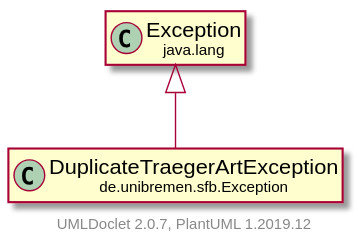
Above: doc/UML/modulsichtSVG/DuplicateTraegerArtException.svg in fkehlenb/softwareprojekt-2 (PlantUML), before the change. Source of this version:
```plantuml
@startuml
    set namespaceSeparator none
    hide empty fields
    hide empty methods

    class "<size:14>DuplicateTraegerArtException\n<size:10>de.unibremen.sfb.Exception" as de.unibremen.sfb.Exception.DuplicateTraegerArtException [[DuplicateTraegerArtException.html]]

    class "<size:14>Exception\n<size:10>java.lang" as java.lang.Exception [[https://docs.oracle.com/en/java/javase/11/docs/api/java.base/java/lang/Exception.html?is-external=true]]

    java.lang.Exception <|-- de.unibremen.sfb.Exception.DuplicateTraegerArtException

    center footer UMLDoclet 2.0.7, PlantUML 1.2019.12
@enduml
```
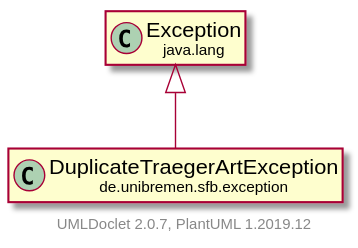
The same diagram one commit later.

Change to the diagram source:
```diff
@@ -3,11 +3,11 @@
     hide empty fields
     hide empty methods
 
-    class "<size:14>DuplicateTraegerArtException\n<size:10>de.unibremen.sfb.Exception" as de.unibremen.sfb.Exception.DuplicateTraegerArtException [[DuplicateTraegerArtException.html]]
+    class "<size:14>DuplicateTraegerArtException\n<size:10>de.unibremen.sfb.exception" as de.unibremen.sfb.exception.DuplicateTraegerArtException [[DuplicateTraegerArtException.html]]
 
-    class "<size:14>Exception\n<size:10>java.lang" as java.lang.Exception [[https://docs.oracle.com/en/java/javase/11/docs/api/java.base/java/lang/Exception.html?is-external=true]]
+    class "<size:14>exception\n<size:10>java.lang" as java.lang.exception [[https://docs.oracle.com/en/java/javase/11/docs/api/java.base/java/lang/Exception.html?is-external=true]]
 
-    java.lang.Exception <|-- de.unibremen.sfb.Exception.DuplicateTraegerArtException
+    java.lang.exception <|-- de.unibremen.sfb.exception.DuplicateTraegerArtException
 
     center footer UMLDoclet 2.0.7, PlantUML 1.2019.12
 @enduml
```
